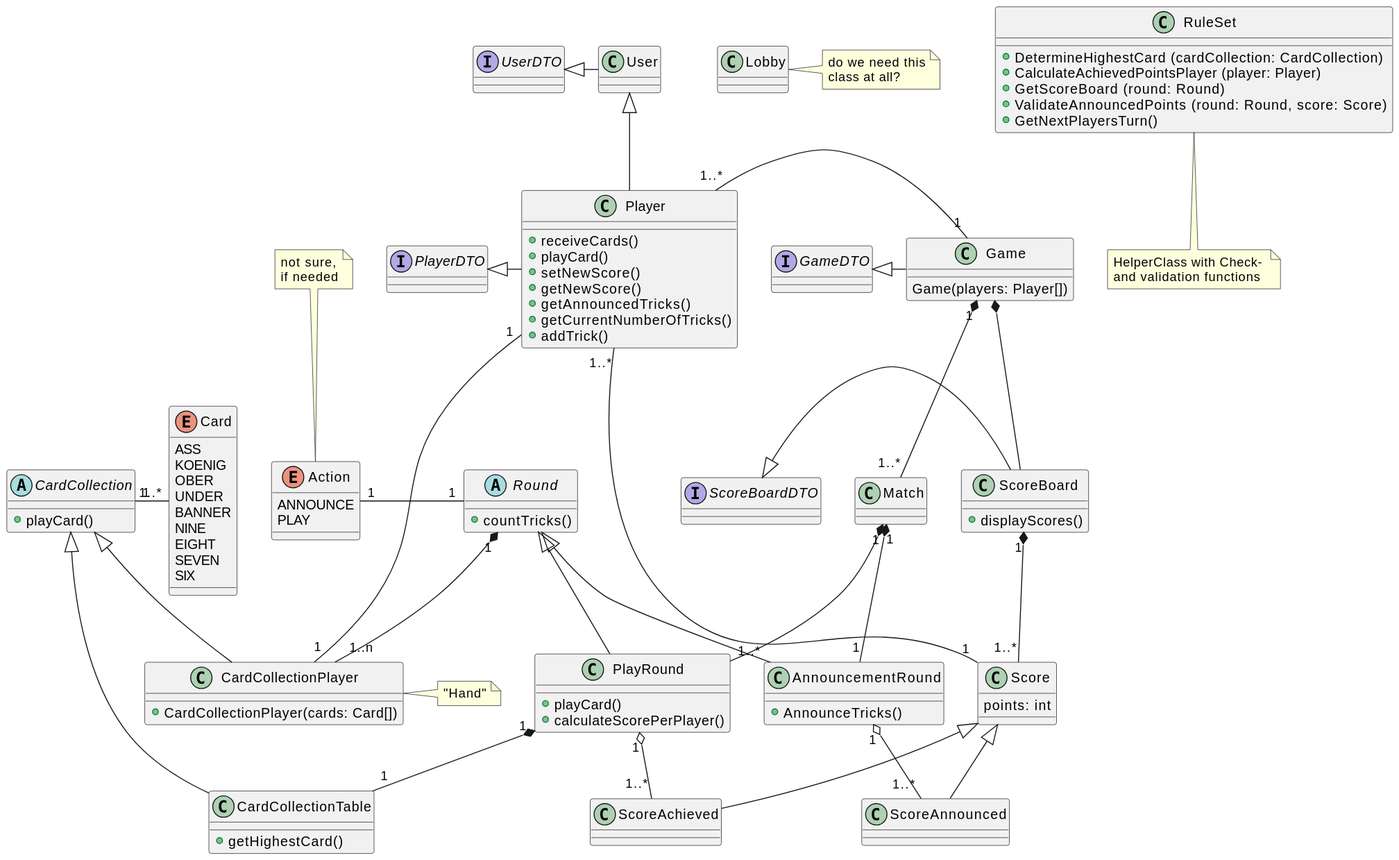
sopra-fs22-group-36/screw-your-neighbor-server keeps this PlantUML diagram as pr33-classes.svg. Above is the earlier version. Source of this version:
```plantuml
@startuml

interface UserDTO
interface PlayerDTO
interface GameDTO
interface ScoreBoardDTO

PlayerDTO <|- Player
UserDTO <|- User
GameDTO <|- Game
ScoreBoardDTO <|- ScoreBoard

Game "1" *-- "1..*" Match
Game *-- ScoreBoard
Score "1" - "1..*" Player
Match "1" *-- "1" AnnouncementRound
Match "1" *-- "1..*" PlayRound
Round "1" *-- "1..n" CardCollectionPlayer
ScoreBoard "1" *-- "1..*" Score
PlayRound "1" o-- "1..*" ScoreAchieved
AnnouncementRound "1" o-- "1..*" ScoreAnnounced
User <|-- Player
Round <|-- AnnouncementRound
Round <|-- PlayRound
Score <|-- ScoreAnnounced
Score <|-- ScoreAchieved
CardCollection <|-- CardCollectionPlayer
CardCollection <|-- CardCollectionTable

Player "1..*" - "1" Game
Player "1" - "1" CardCollectionPlayer
PlayRound "1" *-- "1" CardCollectionTable
CardCollection "1" - "1..*" Card
Round "1" - "1" Action

class Player {
+ receiveCards()
+ playCard()
+ setNewScore()
+ getNewScore()
+ getAnnouncedTricks()
+ getCurrentNumberOfTricks()
+ addTrick()
}

class Game {

Game(players: Player[])

}

class Lobby {

}
note right of Lobby: do we need this\nclass at all?

class RuleSet {
+ DetermineHighestCard (cardCollection: CardCollection)
+ CalculateAchievedPointsPlayer (player: Player)
+ GetScoreBoard (round: Round)
+ ValidateAnnouncedPoints (round: Round, score: Score)
+ GetNextPlayersTurn()
}
note bottom of RuleSet: HelperClass with Check- \nand validation functions

class ScoreBoard {
+displayScores()
}

class Score {
points: int
}

class ScoreAnnounced {

}

class ScoreAchieved {

}

class Match {

}

abstract class Round {
+ countTricks()
}

class AnnouncementRound {
+ AnnounceTricks()
}

class PlayRound {
+ playCard()
+ calculateScorePerPlayer()
}

enum Card {
ASS
KOENIG
OBER
UNDER
BANNER
NINE
EIGHT
SEVEN
SIX
}

enum Action {
ANNOUNCE
PLAY
}
note top of Action: not sure,\nif needed


abstract class CardCollection{
+ playCard()
}

class CardCollectionPlayer {
+ CardCollectionPlayer(cards: Card[])
}
note right of CardCollectionPlayer: "Hand"

class CardCollectionTable {
+getHighestCard()
}

@enduml
```
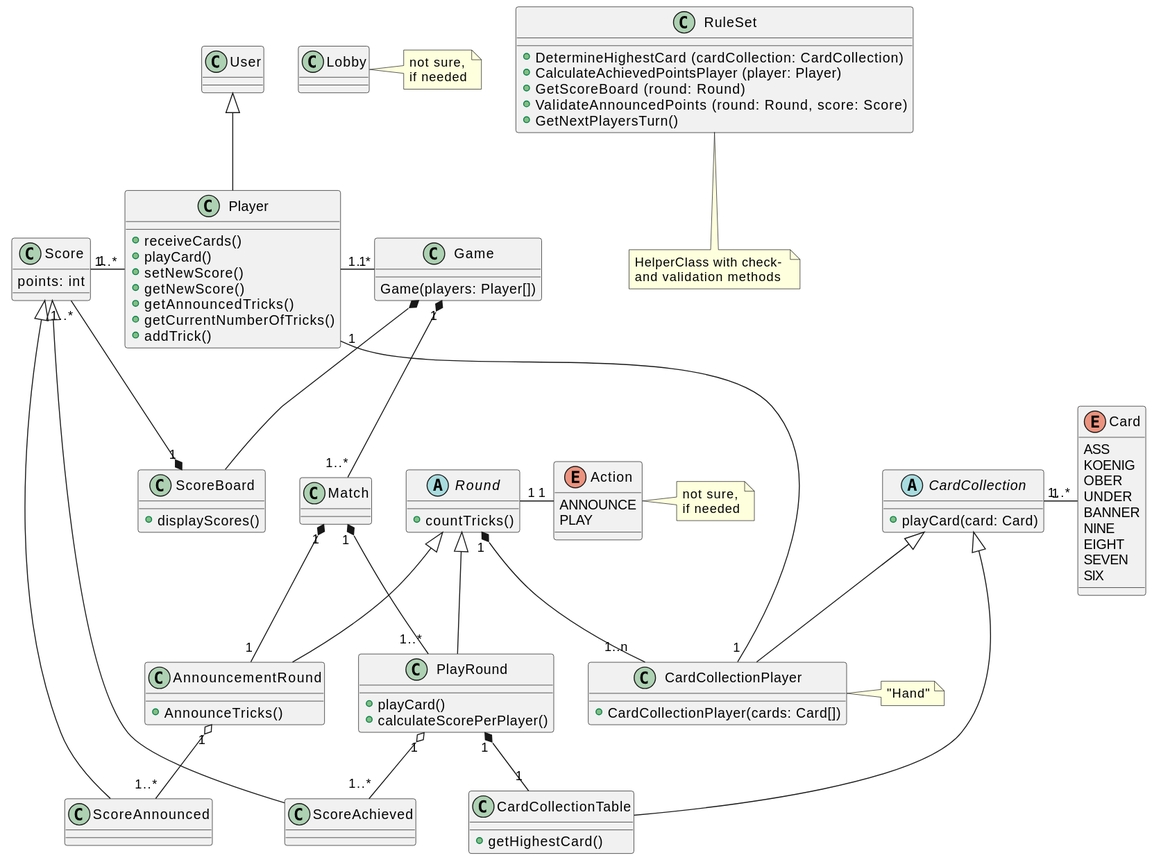
The same file after the commit.

What changed in the source:
```diff
@@ -1,14 +1,5 @@
 @startuml
 
-interface UserDTO
-interface PlayerDTO
-interface GameDTO
-interface ScoreBoardDTO
-
-PlayerDTO <|- Player
-UserDTO <|- User
-GameDTO <|- Game
-ScoreBoardDTO <|- ScoreBoard
 
 Game "1" *-- "1..*" Match
 Game *-- ScoreBoard
@@ -52,7 +43,7 @@
 class Lobby {
 
 }
-note right of Lobby: do we need this\nclass at all?
+note right of Lobby: not sure,\nif needed
 
 class RuleSet {
 + DetermineHighestCard (cardCollection: CardCollection)
@@ -61,7 +52,7 @@
 + ValidateAnnouncedPoints (round: Round, score: Score)
 + GetNextPlayersTurn()
 }
-note bottom of RuleSet: HelperClass with Check- \nand validation functions
+note bottom of RuleSet: HelperClass with check- \nand validation methods
 
 class ScoreBoard {
 +displayScores()
@@ -112,11 +103,11 @@
 ANNOUNCE
 PLAY
 }
-note top of Action: not sure,\nif needed
+note right of Action: not sure,\nif needed
 
 
 abstract class CardCollection{
-+ playCard()
++ playCard(card: Card)
 }
 
 class CardCollectionPlayer {
```
